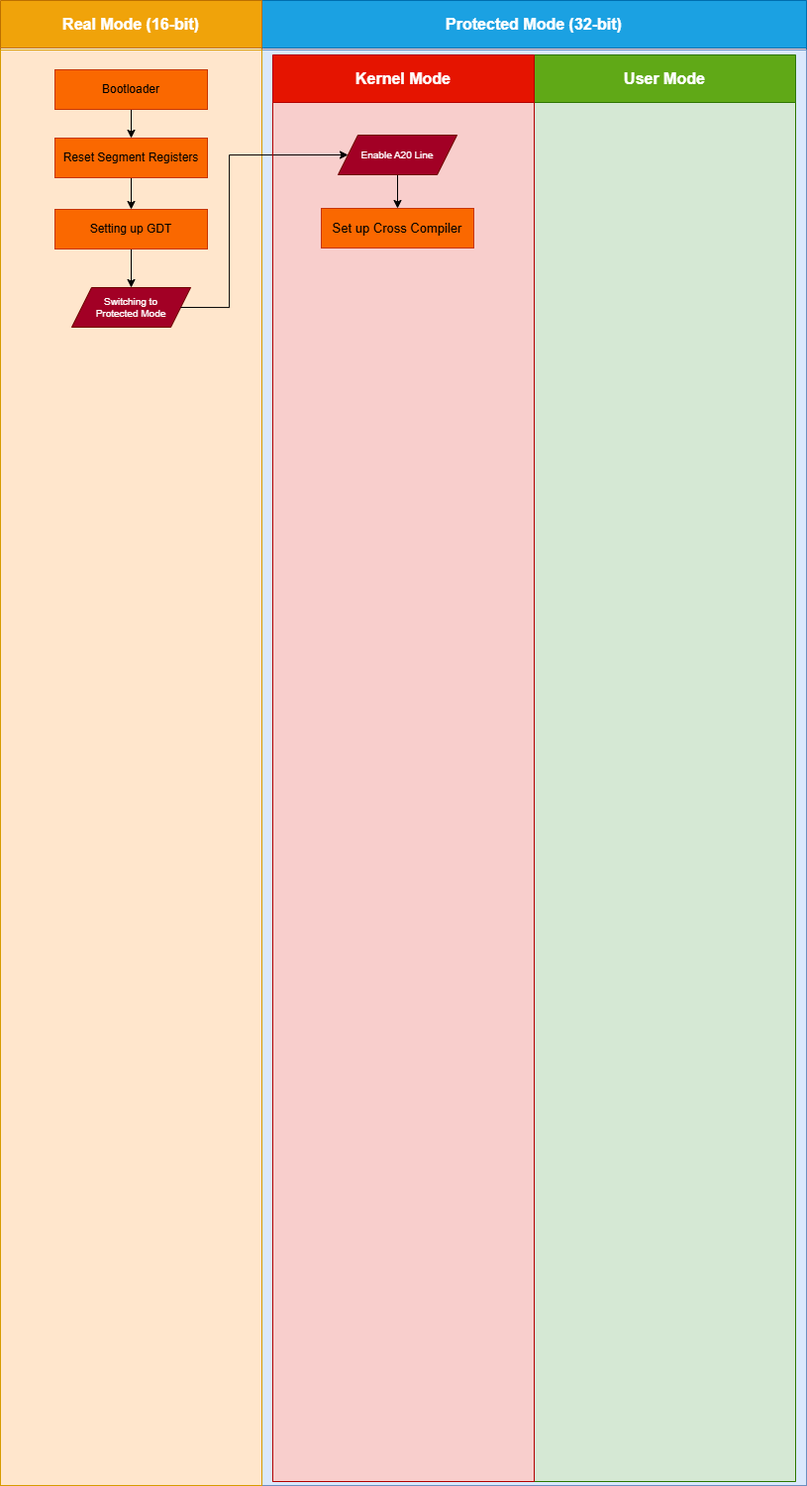
This is guides/assets/progress.png from ttran-tech/os-study, a draw.io export, as it was before one commit. Source tidied: cells renumbered, new cells last; positions are measured from the earlier drawing's top-left corner, leaving out a move shared by most shapes.
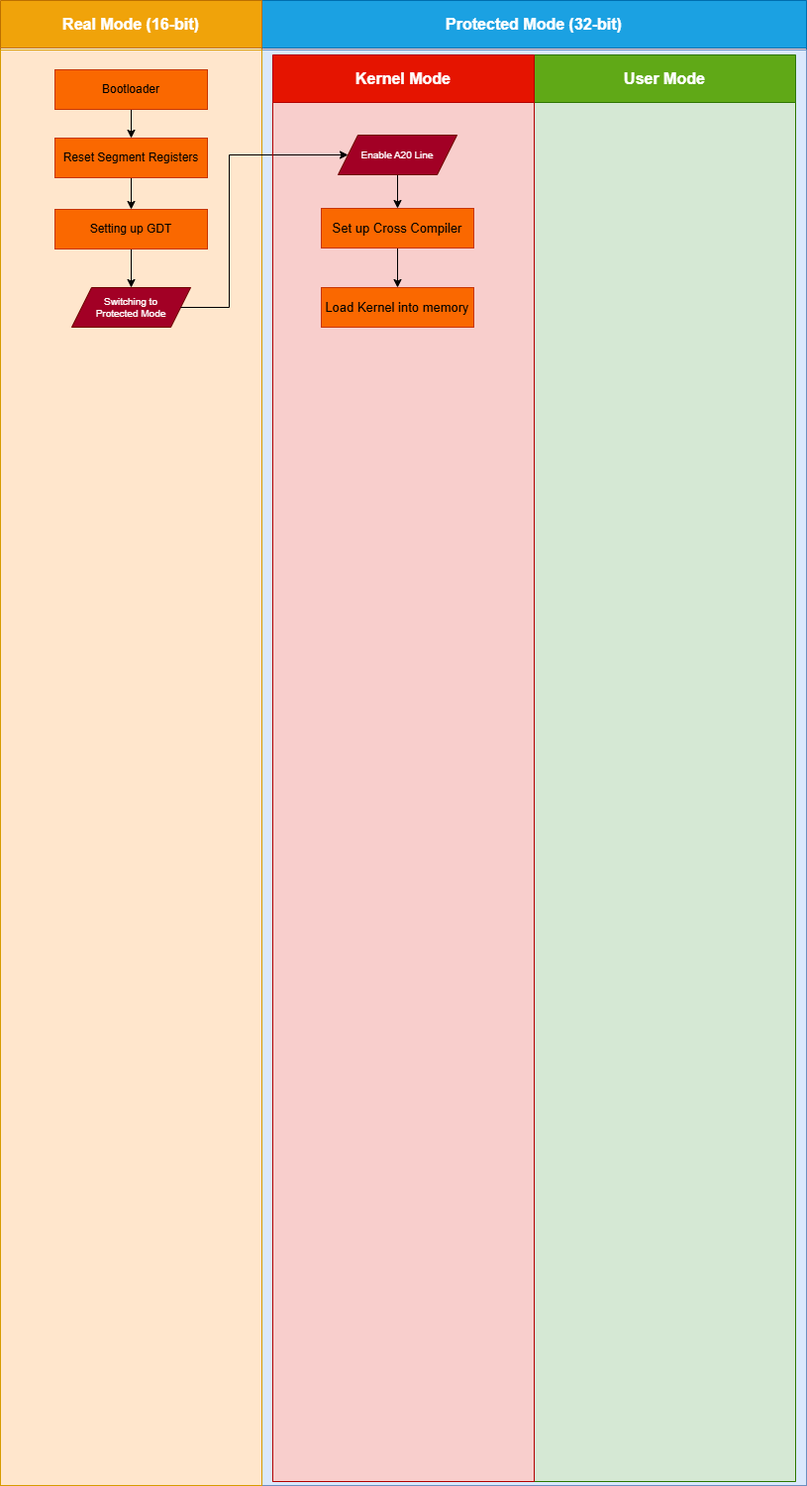
The same diagram one commit later.

The edit, as a diff of the source:
```diff
@@ -17,9 +17,15 @@
     <mxCell id="6" style="rounded=0;whiteSpace=wrap;html=1;fillColor=#d5e8d4;strokeColor=#82b366;" parent="2" vertex="1">
       <mxGeometry x="275" y="103" width="264" height="1393" as="geometry" />
     </mxCell>
+    <mxCell id="22" style="edgeStyle=orthogonalEdgeStyle;rounded=0;jettySize=auto;html=1;exitX=0.5;exitY=1;exitDx=0;exitDy=0;entryX=0.5;entryY=0;entryDx=0;entryDy=0;" parent="2" edge="1" source="7" target="23">
+      <mxGeometry relative="1" as="geometry" />
+    </mxCell>
     <mxCell id="7" value="Set up Cross Compiler" style="rounded=0;whiteSpace=wrap;html=1;fillColor=#fa6800;fontColor=#000000;strokeColor=#C73500;fontSize=13;" parent="2" vertex="1">
       <mxGeometry x="60" y="210" width="154" height="40" as="geometry" />
     </mxCell>
+    <mxCell id="23" value="Load Kernel into memory" style="rounded=0;whiteSpace=wrap;html=1;fillColor=#fa6800;fontColor=#000000;strokeColor=#C73500;fontSize=13;" parent="2" vertex="1">
+      <mxGeometry x="60" y="290" width="154" height="40" as="geometry" />
+    </mxCell>
     <mxCell id="8" value="Real Mode (16-bit)" style="swimlane;whiteSpace=wrap;html=1;fillColor=#f0a30a;strokeColor=#BD7000;fontSize=16;startSize=48;fontColor=#FFFFFF;" parent="1" vertex="1">
       <mxGeometry width="264" height="1500" as="geometry" />
     </mxCell>
```
